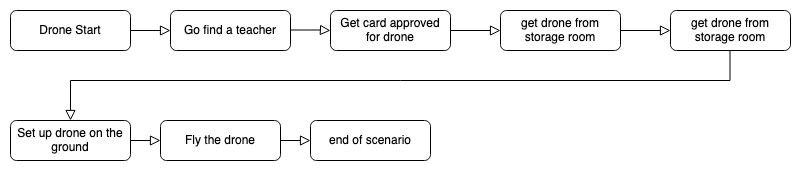
Louis-de-Lavenne-de-Choulot/ALGOSUP_2022_Project_4_F keeps this draw.io diagram as docs/img/Drone.png. Above is the earlier version. Source tidied: cells renumbered, new cells last; positions are measured from the earlier drawing's top-left corner, leaving out a move shared by most shapes. Source of this version:
```xml
<mxGraphModel>
  <root>
    <mxCell id="0" />
    <mxCell id="1" parent="0" />
    <mxCell id="2" style="rounded=0;html=1;jettySize=auto;fontSize=11;endArrow=block;endFill=0;endSize=8;strokeWidth=1;shadow=0;labelBackgroundColor=none;edgeStyle=orthogonalEdgeStyle;exitX=1;exitY=0.5;exitDx=0;exitDy=0;" parent="1" edge="1" source="3">
      <mxGeometry relative="1" as="geometry">
        <mxPoint x="160" y="20" as="targetPoint" />
      </mxGeometry>
    </mxCell>
    <mxCell id="3" value="Drone Start" style="rounded=1;whiteSpace=wrap;html=1;fontSize=12;glass=0;strokeWidth=1;shadow=0;" parent="1" vertex="1">
      <mxGeometry width="120" height="40" as="geometry" />
    </mxCell>
    <mxCell id="4" value="Go find a teacher" style="rounded=1;whiteSpace=wrap;html=1;fontSize=12;glass=0;strokeWidth=1;shadow=0;" parent="1" vertex="1">
      <mxGeometry x="160" width="120" height="40" as="geometry" />
    </mxCell>
    <mxCell id="5" value="&lt;div&gt;Get card approved&lt;/div&gt;&lt;div&gt;for drone&lt;br&gt;&lt;/div&gt;" style="rounded=1;whiteSpace=wrap;html=1;fontSize=12;glass=0;strokeWidth=1;shadow=0;" parent="1" vertex="1">
      <mxGeometry x="320" width="120" height="40" as="geometry" />
    </mxCell>
    <mxCell id="6" style="rounded=0;html=1;jettySize=auto;fontSize=11;endArrow=block;endFill=0;endSize=8;strokeWidth=1;shadow=0;labelBackgroundColor=none;edgeStyle=orthogonalEdgeStyle;exitX=1;exitY=0.5;exitDx=0;exitDy=0;entryX=0;entryY=0.5;entryDx=0;entryDy=0;" parent="1" edge="1" source="5">
      <mxGeometry y="20" relative="1" as="geometry">
        <mxPoint x="490" y="20" as="targetPoint" />
      </mxGeometry>
    </mxCell>
    <mxCell id="7" value="get drone from storage room" style="rounded=1;whiteSpace=wrap;html=1;fontSize=12;glass=0;strokeWidth=1;shadow=0;" parent="1" vertex="1">
      <mxGeometry x="490" width="120" height="40" as="geometry" />
    </mxCell>
    <mxCell id="8" style="rounded=0;html=1;jettySize=auto;orthogonalLoop=1;fontSize=11;endArrow=block;endFill=0;endSize=8;strokeWidth=1;shadow=0;labelBackgroundColor=none;edgeStyle=orthogonalEdgeStyle;exitX=1;exitY=0.5;exitDx=0;exitDy=0;entryX=0;entryY=0.5;entryDx=0;entryDy=0;" parent="1" edge="1">
      <mxGeometry y="20" relative="1" as="geometry">
        <mxPoint x="610" y="20" as="sourcePoint" />
        <mxPoint x="660" y="20" as="targetPoint" />
      </mxGeometry>
    </mxCell>
    <mxCell id="9" value="get drone from storage room" style="rounded=1;whiteSpace=wrap;html=1;fontSize=12;glass=0;strokeWidth=1;shadow=0;" parent="1" vertex="1">
      <mxGeometry x="660" width="120" height="40" as="geometry" />
    </mxCell>
    <mxCell id="10" style="edgeStyle=orthogonalEdgeStyle;rounded=0;html=1;jettySize=auto;fontSize=11;endArrow=block;endFill=0;endSize=8;strokeWidth=1;shadow=0;labelBackgroundColor=none;exitX=0.5;exitY=1;exitDx=0;exitDy=0;entryX=0.5;entryY=0;entryDx=0;entryDy=0;" parent="1" edge="1" target="11">
      <mxGeometry y="10" relative="1" as="geometry">
        <mxPoint x="719.5" y="40" as="sourcePoint" />
        <Array as="points">
          <mxPoint x="720" y="70" />
          <mxPoint x="60" y="70" />
        </Array>
      </mxGeometry>
    </mxCell>
    <mxCell id="11" value="Set up drone on the ground" style="rounded=1;whiteSpace=wrap;html=1;fontSize=12;glass=0;strokeWidth=1;shadow=0;" parent="1" vertex="1">
      <mxGeometry y="110" width="120" height="40" as="geometry" />
    </mxCell>
    <mxCell id="12" style="rounded=0;html=1;jettySize=auto;fontSize=11;endArrow=block;endFill=0;endSize=8;strokeWidth=1;shadow=0;labelBackgroundColor=none;edgeStyle=orthogonalEdgeStyle;exitX=1;exitY=0.5;exitDx=0;exitDy=0;entryX=0;entryY=0.5;entryDx=0;entryDy=0;" parent="1" edge="1" source="11" target="13">
      <mxGeometry y="20" relative="1" as="geometry" />
    </mxCell>
    <mxCell id="13" value="Fly the drone" style="rounded=1;whiteSpace=wrap;html=1;fontSize=12;glass=0;strokeWidth=1;shadow=0;" parent="1" vertex="1">
      <mxGeometry x="150" y="110" width="120" height="40" as="geometry" />
    </mxCell>
    <mxCell id="14" style="rounded=0;html=1;jettySize=auto;fontSize=11;endArrow=block;endFill=0;endSize=8;strokeWidth=1;shadow=0;labelBackgroundColor=none;edgeStyle=orthogonalEdgeStyle;exitX=1;exitY=0.5;exitDx=0;exitDy=0;entryX=0;entryY=0.5;entryDx=0;entryDy=0;" parent="1" edge="1" source="13" target="15">
      <mxGeometry y="20" relative="1" as="geometry" />
    </mxCell>
    <mxCell id="15" value="end of scenario" style="rounded=1;whiteSpace=wrap;html=1;fontSize=12;glass=0;strokeWidth=1;shadow=0;" parent="1" vertex="1">
      <mxGeometry x="300" y="110" width="120" height="40" as="geometry" />
    </mxCell>
    <mxCell id="16" style="rounded=0;html=1;jettySize=auto;orthogonalLoop=1;fontSize=11;endArrow=block;endFill=0;endSize=8;strokeWidth=1;shadow=0;labelBackgroundColor=none;edgeStyle=orthogonalEdgeStyle;exitX=1;exitY=0.5;exitDx=0;exitDy=0;" parent="1" edge="1">
      <mxGeometry relative="1" as="geometry">
        <mxPoint x="280" y="19.5" as="sourcePoint" />
        <mxPoint x="320" y="20" as="targetPoint" />
        <Array as="points">
          <mxPoint x="310" y="20" />
          <mxPoint x="310" y="20" />
        </Array>
      </mxGeometry>
    </mxCell>
  </root>
</mxGraphModel>
```
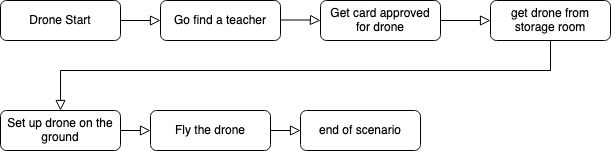
The same diagram one commit later.

What changed in the source:
```diff
@@ -24,20 +24,10 @@
     <mxCell id="7" value="get drone from storage room" style="rounded=1;whiteSpace=wrap;html=1;fontSize=12;glass=0;strokeWidth=1;shadow=0;" parent="1" vertex="1">
       <mxGeometry x="490" width="120" height="40" as="geometry" />
     </mxCell>
-    <mxCell id="8" style="rounded=0;html=1;jettySize=auto;orthogonalLoop=1;fontSize=11;endArrow=block;endFill=0;endSize=8;strokeWidth=1;shadow=0;labelBackgroundColor=none;edgeStyle=orthogonalEdgeStyle;exitX=1;exitY=0.5;exitDx=0;exitDy=0;entryX=0;entryY=0.5;entryDx=0;entryDy=0;" parent="1" edge="1">
-      <mxGeometry y="20" relative="1" as="geometry">
-        <mxPoint x="610" y="20" as="sourcePoint" />
-        <mxPoint x="660" y="20" as="targetPoint" />
-      </mxGeometry>
-    </mxCell>
-    <mxCell id="9" value="get drone from storage room" style="rounded=1;whiteSpace=wrap;html=1;fontSize=12;glass=0;strokeWidth=1;shadow=0;" parent="1" vertex="1">
-      <mxGeometry x="660" width="120" height="40" as="geometry" />
-    </mxCell>
-    <mxCell id="10" style="edgeStyle=orthogonalEdgeStyle;rounded=0;html=1;jettySize=auto;fontSize=11;endArrow=block;endFill=0;endSize=8;strokeWidth=1;shadow=0;labelBackgroundColor=none;exitX=0.5;exitY=1;exitDx=0;exitDy=0;entryX=0.5;entryY=0;entryDx=0;entryDy=0;" parent="1" edge="1" target="11">
+    <mxCell id="10" style="edgeStyle=orthogonalEdgeStyle;rounded=0;html=1;jettySize=auto;fontSize=11;endArrow=block;endFill=0;endSize=8;strokeWidth=1;shadow=0;labelBackgroundColor=none;exitX=0.5;exitY=1;exitDx=0;exitDy=0;entryX=0.5;entryY=0;entryDx=0;entryDy=0;" parent="1" edge="1" source="7" target="11">
       <mxGeometry y="10" relative="1" as="geometry">
-        <mxPoint x="719.5" y="40" as="sourcePoint" />
         <Array as="points">
-          <mxPoint x="720" y="70" />
+          <mxPoint x="550" y="70" />
           <mxPoint x="60" y="70" />
         </Array>
       </mxGeometry>
```
